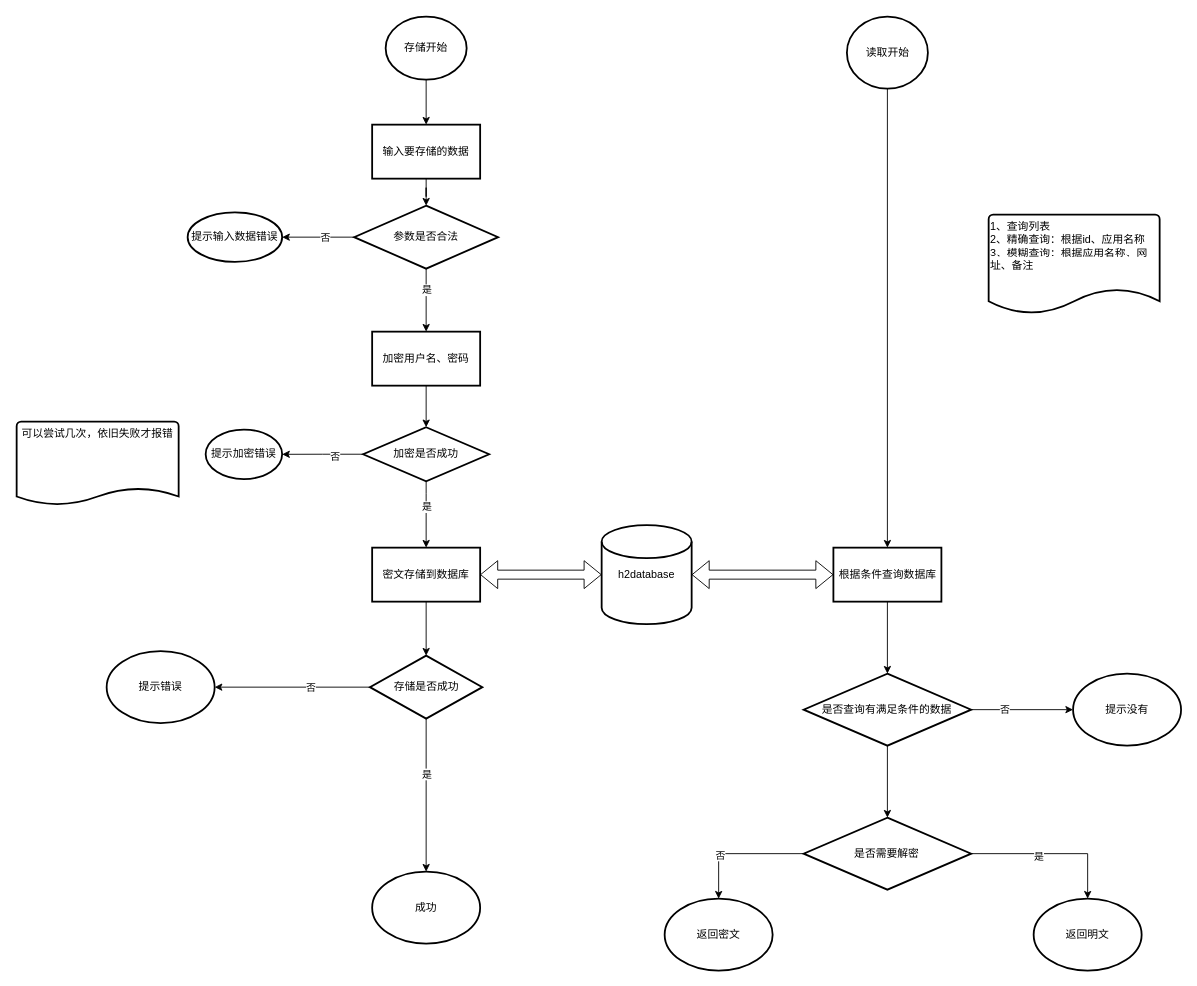
Before: page "流程图" (2 of 2) of doc/设计图.drawio in Drintau/AccountManager, a draw.io diagram. Source tidied: cells renumbered, new cells numbered last; positions are measured from the earlier drawing's top-left corner, leaving out a move shared by most shapes. Both pictures are drawn from the tidied source at 90%, with x=0, y=0 at pixel (16, 16).
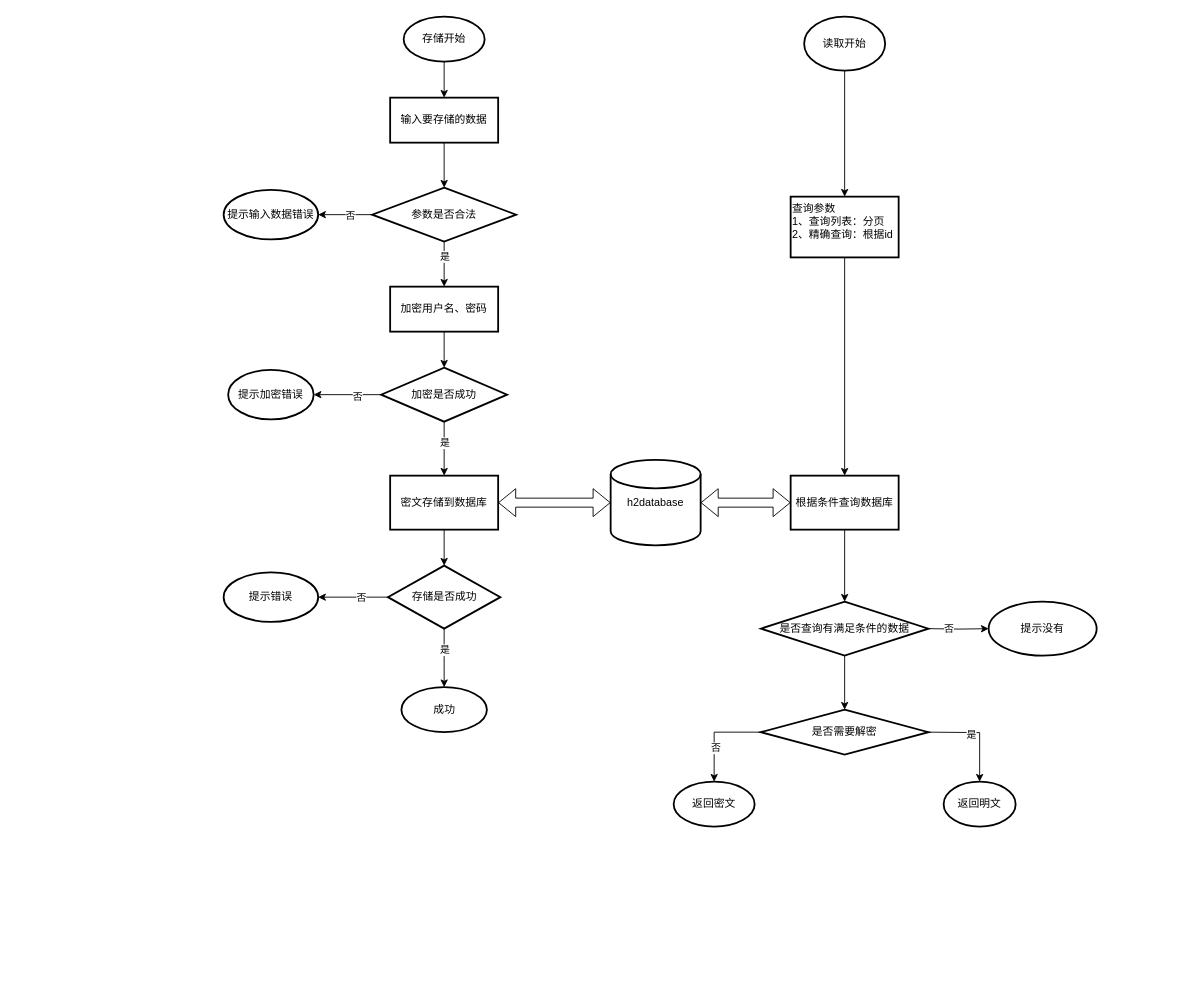
The same page after the edit.

The edit, as a diff of the source:
```diff
@@
     <mxCell id="3" value="存储开始" style="strokeWidth=2;html=1;shape=mxgraph.flowchart.start_2;whiteSpace=wrap;" parent="1" vertex="1">
-      <mxGeometry x="410" width="90" height="70" as="geometry" />
+      <mxGeometry x="430" width="90" height="50" as="geometry" />
     </mxCell>
@@
     <mxCell id="5" value="输入要存储的数据" style="whiteSpace=wrap;html=1;strokeWidth=2;" parent="1" vertex="1">
-      <mxGeometry x="395" y="120" width="120" height="60" as="geometry" />
+      <mxGeometry x="415" y="90" width="120" height="50" as="geometry" />
     </mxCell>
@@
     <mxCell id="7" value="加密用户名、密码" style="whiteSpace=wrap;html=1;strokeWidth=2;" parent="1" vertex="1">
-      <mxGeometry x="395" y="350" width="120" height="60" as="geometry" />
+      <mxGeometry x="415" y="300" width="120" height="50" as="geometry" />
     </mxCell>
@@
     <mxCell id="9" value="密文存储到数据库" style="whiteSpace=wrap;html=1;strokeWidth=2;" parent="1" vertex="1">
-      <mxGeometry x="395" y="590" width="120" height="60" as="geometry" />
+      <mxGeometry x="415" y="510" width="120" height="60" as="geometry" />
     </mxCell>
@@
     <mxCell id="14" value="参数是否合法" style="strokeWidth=2;html=1;shape=mxgraph.flowchart.decision;whiteSpace=wrap;" parent="1" vertex="1">
-      <mxGeometry x="375" y="210" width="160" height="70" as="geometry" />
+      <mxGeometry x="395" y="190" width="160" height="60" as="geometry" />
     </mxCell>
     <mxCell id="15" value="提示输入数据错误" style="ellipse;whiteSpace=wrap;html=1;strokeWidth=2;" parent="1" vertex="1">
-      <mxGeometry x="190" y="217.5" width="105" height="55" as="geometry" />
+      <mxGeometry x="230" y="192.5" width="105" height="55" as="geometry" />
     </mxCell>
     <mxCell id="16" style="edgeStyle=orthogonalEdgeStyle;rounded=0;jettySize=auto;html=1;" parent="1" edge="1" source="20" target="9">
       <mxGeometry relative="1" as="geometry">
         <Array as="points">
-          <mxPoint x="455" y="530" />
-          <mxPoint x="455" y="530" />
+          <mxPoint x="475" y="530" />
+          <mxPoint x="475" y="530" />
         </Array>
       </mxGeometry>
     </mxCell>
@@
     <mxCell id="20" value="加密是否成功" style="strokeWidth=2;html=1;shape=mxgraph.flowchart.decision;whiteSpace=wrap;" parent="1" vertex="1">
-      <mxGeometry x="385" y="456.2" width="140" height="60" as="geometry" />
+      <mxGeometry x="405" y="390" width="140" height="60" as="geometry" />
     </mxCell>
     <mxCell id="21" value="提示加密错误" style="ellipse;whiteSpace=wrap;html=1;strokeWidth=2;" parent="1" vertex="1">
-      <mxGeometry x="210" y="458.8" width="85" height="55" as="geometry" />
+      <mxGeometry x="235" y="392.5" width="95" height="55" as="geometry" />
     </mxCell>
-    <mxCell id="22" value="可以尝试几次，依旧失败才报错" style="strokeWidth=2;html=1;shape=mxgraph.flowchart.document2;whiteSpace=wrap;size=0.20108081714527026;verticalAlign=top;align=center;" parent="1" vertex="1">
-      <mxGeometry y="450" width="180" height="92.5" as="geometry" />
-    </mxCell>
@@
     <mxCell id="27" value="存储是否成功" style="strokeWidth=2;html=1;shape=mxgraph.flowchart.decision;whiteSpace=wrap;align=center;" parent="1" vertex="1">
-      <mxGeometry x="392.5" y="710" width="125" height="70" as="geometry" />
+      <mxGeometry x="412.5" y="610" width="125" height="70" as="geometry" />
     </mxCell>
     <mxCell id="28" value="h2database" style="strokeWidth=2;html=1;shape=mxgraph.flowchart.database;whiteSpace=wrap;align=center;" parent="1" vertex="1">
-      <mxGeometry x="650" y="565" width="100" height="110" as="geometry" />
+      <mxGeometry x="660" y="492.5" width="100" height="95" as="geometry" />
     </mxCell>
@@
     <mxCell id="30" value="成功" style="ellipse;whiteSpace=wrap;html=1;strokeWidth=2;" parent="1" vertex="1">
-      <mxGeometry x="395" y="950" width="120" height="80" as="geometry" />
+      <mxGeometry x="427.5" y="745" width="95" height="50" as="geometry" />
     </mxCell>
     <mxCell id="31" value="提示错误" style="ellipse;whiteSpace=wrap;html=1;strokeWidth=2;" parent="1" vertex="1">
-      <mxGeometry x="100" y="705" width="120" height="80" as="geometry" />
+      <mxGeometry x="230" y="617.5" width="105" height="55" as="geometry" />
     </mxCell>
-    <mxCell id="32" style="edgeStyle=orthogonalEdgeStyle;rounded=0;jettySize=auto;html=1;entryX=0.5;entryY=0;entryDx=0;entryDy=0;" parent="1" edge="1" source="33" target="35">
-      <mxGeometry relative="1" as="geometry" />
-    </mxCell>
+    <mxCell id="50" style="edgeStyle=orthogonalEdgeStyle;rounded=0;jettySize=auto;html=1;" parent="1" edge="1" source="33" target="52">
+      <mxGeometry relative="1" as="geometry" />
+    </mxCell>
     <mxCell id="33" value="读取开始" style="strokeWidth=2;html=1;shape=mxgraph.flowchart.start_2;whiteSpace=wrap;align=center;" parent="1" vertex="1">
-      <mxGeometry x="922.5" width="90" height="80" as="geometry" />
+      <mxGeometry x="875" width="90" height="60" as="geometry" />
     </mxCell>
-    <mxCell id="34" style="edgeStyle=orthogonalEdgeStyle;rounded=0;jettySize=auto;html=1;" parent="1" edge="1" source="35" target="40">
+    <mxCell id="34" style="edgeStyle=orthogonalEdgeStyle;rounded=0;jettySize=auto;html=1;entryX=0.5;entryY=0;entryDx=0;entryDy=0;" parent="1" edge="1" source="35" target="40">
       <mxGeometry relative="1" as="geometry" />
     </mxCell>
     <mxCell id="35" value="根据条件查询数据库" style="whiteSpace=wrap;html=1;strokeWidth=2;" parent="1" vertex="1">
-      <mxGeometry x="907.5" y="590" width="120" height="60" as="geometry" />
+      <mxGeometry x="860" y="510" width="120" height="60" as="geometry" />
     </mxCell>
@@
-    <mxCell id="37" style="edgeStyle=orthogonalEdgeStyle;rounded=0;jettySize=auto;html=1;" parent="1" edge="1" source="40" target="42">
-      <mxGeometry relative="1" as="geometry" />
+    <mxCell id="37" style="edgeStyle=orthogonalEdgeStyle;rounded=0;jettySize=auto;html=1;" parent="1" edge="1" target="42">
+      <mxGeometry relative="1" as="geometry">
+        <mxPoint x="1013.1" y="680" as="sourcePoint" />
+      </mxGeometry>
     </mxCell>
@@
-    <mxCell id="39" style="edgeStyle=orthogonalEdgeStyle;rounded=0;jettySize=auto;html=1;" parent="1" edge="1" source="40" target="48">
-      <mxGeometry relative="1" as="geometry" />
+    <mxCell id="39" style="edgeStyle=orthogonalEdgeStyle;rounded=0;orthogonalLoop=1;jettySize=auto;html=1;" parent="1" edge="1">
+      <mxGeometry relative="1" as="geometry">
+        <mxPoint x="920" y="710" as="sourcePoint" />
+        <mxPoint x="920" y="770" as="targetPoint" />
+      </mxGeometry>
     </mxCell>
     <mxCell id="40" value="是否查询有满足条件的数据" style="rhombus;whiteSpace=wrap;html=1;strokeWidth=2;" parent="1" vertex="1">
-      <mxGeometry x="874.4" y="730" width="186.2" height="80" as="geometry" />
+      <mxGeometry x="826.9" y="650" width="186.2" height="60" as="geometry" />
     </mxCell>
-    <mxCell id="41" value="1、查询列表&lt;br&gt;2、精确查询：根据id、应用名称&lt;br&gt;3、模糊查询：根据应用名称、网址、备注" style="strokeWidth=2;html=1;shape=mxgraph.flowchart.document2;whiteSpace=wrap;size=0.25;align=left;verticalAlign=top;" parent="1" vertex="1">
-      <mxGeometry x="1080" y="220" width="190" height="110" as="geometry" />
-    </mxCell>
     <mxCell id="42" value="提示没有" style="ellipse;whiteSpace=wrap;html=1;strokeWidth=2;" parent="1" vertex="1">
-      <mxGeometry x="1173.8" y="730" width="120" height="80" as="geometry" />
+      <mxGeometry x="1080" y="650" width="120" height="60" as="geometry" />
     </mxCell>
     <mxCell id="43" value="返回明文" style="ellipse;whiteSpace=wrap;html=1;strokeWidth=2;" parent="1" vertex="1">
-      <mxGeometry x="1130" y="980" width="120" height="80" as="geometry" />
+      <mxGeometry x="1030" y="850" width="80" height="50" as="geometry" />
     </mxCell>
@@
-    <mxCell id="46" style="edgeStyle=orthogonalEdgeStyle;rounded=0;jettySize=auto;html=1;" parent="1" edge="1" source="48" target="43">
-      <mxGeometry relative="1" as="geometry" />
+    <mxCell id="46" style="edgeStyle=orthogonalEdgeStyle;rounded=0;jettySize=auto;html=1;" parent="1" edge="1" target="43">
+      <mxGeometry relative="1" as="geometry">
+        <mxPoint x="1013.1" y="795" as="sourcePoint" />
+      </mxGeometry>
     </mxCell>
@@
     <mxCell id="48" value="是否需要解密" style="rhombus;whiteSpace=wrap;html=1;strokeWidth=2;" parent="1" vertex="1">
-      <mxGeometry x="874.4" y="890" width="186.2" height="80" as="geometry" />
+      <mxGeometry x="826.9" y="770" width="186.2" height="50" as="geometry" />
     </mxCell>
     <mxCell id="49" value="返回密文" style="ellipse;whiteSpace=wrap;html=1;strokeWidth=2;" parent="1" vertex="1">
-      <mxGeometry x="720" y="980" width="120" height="80" as="geometry" />
+      <mxGeometry x="730" y="850" width="90" height="50" as="geometry" />
     </mxCell>
+    <mxCell id="51" style="edgeStyle=orthogonalEdgeStyle;rounded=0;jettySize=auto;html=1;" parent="1" edge="1" source="52" target="35">
+      <mxGeometry relative="1" as="geometry" />
+    </mxCell>
+    <mxCell id="52" value="查询参数&lt;br&gt;&lt;span&gt;1、查询列表：分页&lt;/span&gt;&lt;br&gt;&lt;span&gt;2、精确查询：根据id&lt;/span&gt;" style="whiteSpace=wrap;html=1;strokeWidth=2;verticalAlign=top;align=left;" parent="1" vertex="1">
+      <mxGeometry x="860" y="200" width="120" height="67.5" as="geometry" />
+    </mxCell>
```
